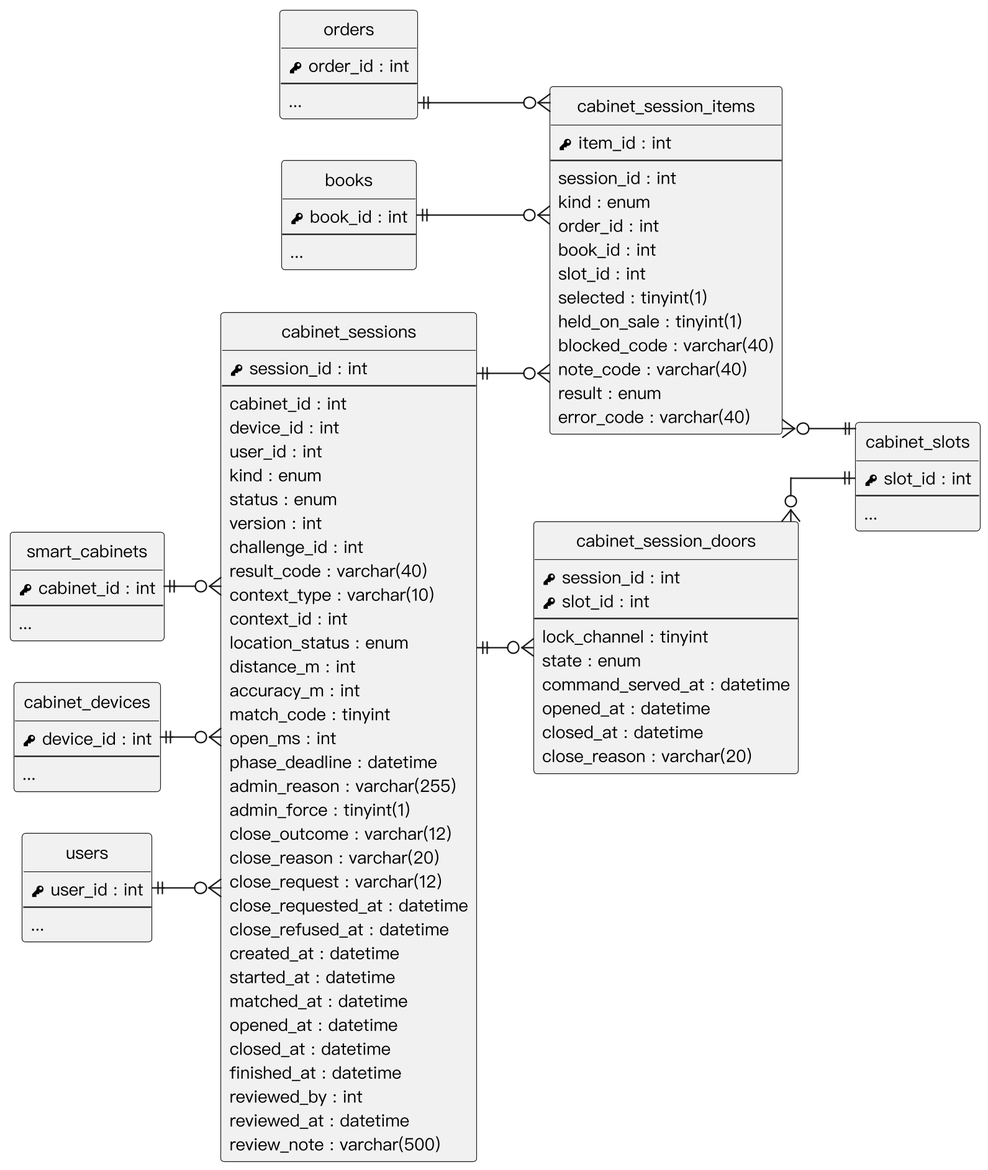
Above: Diagrams/Relational Tables/v3/er_cabinet_sessions.png in SaveMyBook/SaveMyBook (PlantUML), before the change. The source it was exported from:
```plantuml
@startuml
skinparam monochrome true
skinparam shadowing false
skinparam dpi 220
skinparam defaultFontName "PingFang TC"
skinparam defaultFontSize 12
skinparam linetype ortho
skinparam nodesep 30
skinparam ranksep 40
hide circle
hide empty methods
left to right direction

entity "smart_cabinets" as smart_cabinets {
  {field} <&key> cabinet_id : int
  --
  ...
}
entity "cabinet_devices" as cabinet_devices {
  {field} <&key> device_id : int
  --
  ...
}
entity "users" as users {
  {field} <&key> user_id : int
  --
  ...
}
entity "orders" as orders {
  {field} <&key> order_id : int
  --
  ...
}
entity "books" as books {
  {field} <&key> book_id : int
  --
  ...
}
entity "cabinet_slots" as cabinet_slots {
  {field} <&key> slot_id : int
  --
  ...
}
entity "cabinet_sessions" as cabinet_sessions {
  {field} <&key> session_id : int
  --
  {field} cabinet_id : int
  {field} device_id : int
  {field} user_id : int
  {field} kind : enum
  {field} status : enum
  {field} version : int
  {field} challenge_id : int
  {field} result_code : varchar(40)
  {field} context_type : varchar(10)
  {field} context_id : int
  {field} location_status : enum
  {field} distance_m : int
  {field} accuracy_m : int
  {field} match_code : tinyint
  {field} open_ms : int
  {field} phase_deadline : datetime
  {field} admin_reason : varchar(255)
  {field} admin_force : tinyint(1)
  {field} close_outcome : varchar(12)
  {field} close_reason : varchar(20)
  {field} close_request : varchar(12)
  {field} close_requested_at : datetime
  {field} close_refused_at : datetime
  {field} created_at : datetime
  {field} started_at : datetime
  {field} matched_at : datetime
  {field} opened_at : datetime
  {field} closed_at : datetime
  {field} finished_at : datetime
  {field} reviewed_by : int
  {field} reviewed_at : datetime
  {field} review_note : varchar(500)
}
entity "cabinet_session_items" as cabinet_session_items {
  {field} <&key> item_id : int
  --
  {field} session_id : int
  {field} kind : enum
  {field} order_id : int
  {field} book_id : int
  {field} slot_id : int
  {field} selected : tinyint(1)
  {field} held_on_sale : tinyint(1)
  {field} blocked_code : varchar(40)
  {field} note_code : varchar(40)
  {field} result : enum
  {field} error_code : varchar(40)
}
entity "cabinet_session_doors" as cabinet_session_doors {
  {field} <&key> session_id : int
  {field} <&key> slot_id : int
  --
  {field} lock_channel : tinyint
  {field} state : enum
  {field} command_served_at : datetime
  {field} opened_at : datetime
  {field} closed_at : datetime
  {field} close_reason : varchar(20)
}
smart_cabinets ||--o{ cabinet_sessions
cabinet_devices ||--o{ cabinet_sessions
users ||--o{ cabinet_sessions
cabinet_sessions ||--o{ cabinet_session_items
orders ||--o{ cabinet_session_items
books ||--o{ cabinet_session_items
cabinet_session_items }o--|| cabinet_slots
cabinet_sessions ||--o{ cabinet_session_doors
cabinet_session_doors }o--|| cabinet_slots
@enduml
```
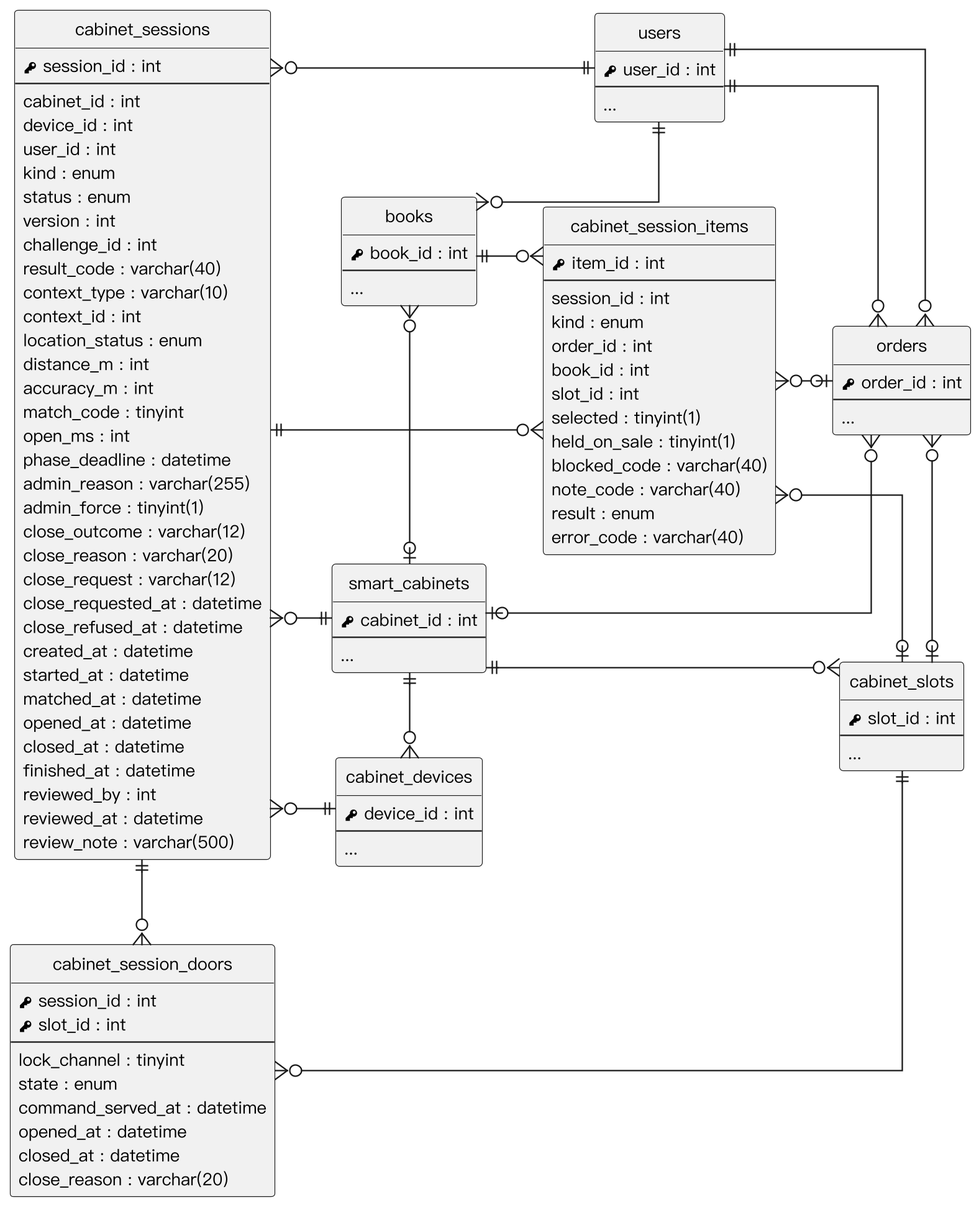
After the commit.

Diff of the diagram source:
```diff
@@ -5,24 +5,35 @@
 skinparam defaultFontName "PingFang TC"
 skinparam defaultFontSize 12
 skinparam linetype ortho
-skinparam nodesep 30
+skinparam nodesep 60
 skinparam ranksep 40
 hide circle
 hide empty methods
 left to right direction
 
+entity "cabinet_devices" as cabinet_devices {
+  {field} <&key> device_id : int
+  --
+  ...
+}
 entity "smart_cabinets" as smart_cabinets {
   {field} <&key> cabinet_id : int
   --
   ...
 }
-entity "cabinet_devices" as cabinet_devices {
-  {field} <&key> device_id : int
+entity "cabinet_session_doors" as cabinet_session_doors {
+  {field} <&key> session_id : int
+  {field} <&key> slot_id : int
   --
-  ...
+  {field} lock_channel : tinyint
+  {field} state : enum
+  {field} command_served_at : datetime
+  {field} opened_at : datetime
+  {field} closed_at : datetime
+  {field} close_reason : varchar(20)
 }
-entity "users" as users {
-  {field} <&key> user_id : int
+entity "books" as books {
+  {field} <&key> book_id : int
   --
   ...
 }
@@ -31,13 +42,28 @@
   --
   ...
 }
-entity "books" as books {
-  {field} <&key> book_id : int
+entity "cabinet_session_items" as cabinet_session_items {
+  {field} <&key> item_id : int
+  --
+  {field} session_id : int
+  {field} kind : enum
+  {field} order_id : int
+  {field} book_id : int
+  {field} slot_id : int
+  {field} selected : tinyint(1)
+  {field} held_on_sale : tinyint(1)
+  {field} blocked_code : varchar(40)
+  {field} note_code : varchar(40)
+  {field} result : enum
+  {field} error_code : varchar(40)
+}
+entity "cabinet_slots" as cabinet_slots {
+  {field} <&key> slot_id : int
   --
   ...
 }
-entity "cabinet_slots" as cabinet_slots {
-  {field} <&key> slot_id : int
+entity "users" as users {
+  {field} <&key> user_id : int
   --
   ...
 }
@@ -77,39 +103,21 @@
   {field} reviewed_at : datetime
   {field} review_note : varchar(500)
 }
-entity "cabinet_session_items" as cabinet_session_items {
-  {field} <&key> item_id : int
-  --
-  {field} session_id : int
-  {field} kind : enum
-  {field} order_id : int
-  {field} book_id : int
-  {field} slot_id : int
-  {field} selected : tinyint(1)
-  {field} held_on_sale : tinyint(1)
-  {field} blocked_code : varchar(40)
-  {field} note_code : varchar(40)
-  {field} result : enum
-  {field} error_code : varchar(40)
-}
-entity "cabinet_session_doors" as cabinet_session_doors {
-  {field} <&key> session_id : int
-  {field} <&key> slot_id : int
-  --
-  {field} lock_channel : tinyint
-  {field} state : enum
-  {field} command_served_at : datetime
-  {field} opened_at : datetime
-  {field} closed_at : datetime
-  {field} close_reason : varchar(20)
-}
-smart_cabinets ||--o{ cabinet_sessions
-cabinet_devices ||--o{ cabinet_sessions
-users ||--o{ cabinet_sessions
+smart_cabinets ||-o{ cabinet_devices
+cabinet_session_doors }o--|| cabinet_slots
+smart_cabinets ||--o{ cabinet_slots
+cabinet_sessions ||-o{ cabinet_session_doors
+cabinet_session_items }o-o| cabinet_slots
+users ||--o{ orders
+books }o--|| users
 cabinet_sessions ||--o{ cabinet_session_items
-orders ||--o{ cabinet_session_items
+cabinet_sessions }o--|| cabinet_devices
 books ||--o{ cabinet_session_items
-cabinet_session_items }o--|| cabinet_slots
-cabinet_sessions ||--o{ cabinet_session_doors
-cabinet_session_doors }o--|| cabinet_slots
+orders }o-o| cabinet_slots
+cabinet_sessions }o--|| smart_cabinets
+smart_cabinets |o-o{ books
+orders }o--o| smart_cabinets
+cabinet_session_items }o--o| orders
+users ||-o{ orders
+cabinet_sessions }o--|| users
 @enduml
```
